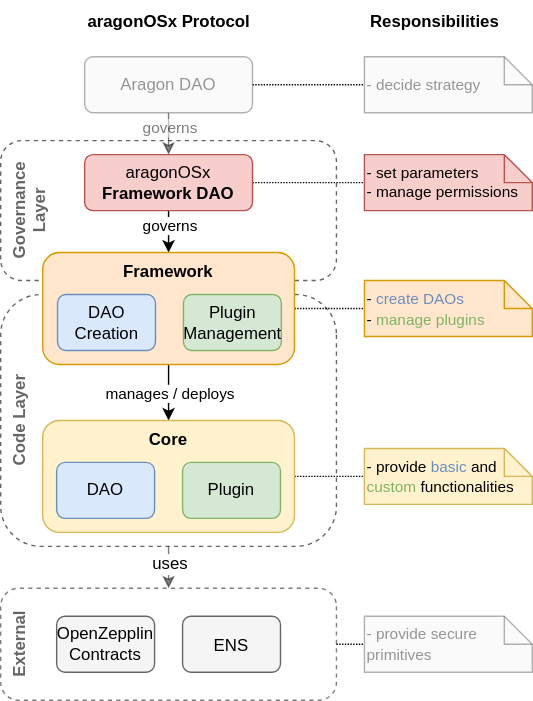
Before: packages/contracts/docs/osx/01-how-it-works/aragon-os-framework-overview.drawio.svg, a diagram exported from draw.io (aragon/osx). Source tidied: cells renumbered, new cells last; positions are measured from the earlier drawing's top-left corner, leaving out a move shared by most shapes. Its diagram source:
```xml
<mxGraphModel>
  <root>
    <mxCell id="0" />
    <mxCell id="1" parent="0" />
    <mxCell id="2" value="External" style="rounded=1;whiteSpace=wrap;html=1;dashed=1;fillColor=none;verticalAlign=top;fontStyle=1;arcSize=16;direction=west;rotation=270;opacity=50;fontColor=#666666;" parent="1" vertex="1">
      <mxGeometry x="50" y="340" width="80" height="240" as="geometry" />
    </mxCell>
    <mxCell id="3" value="Code Layer" style="rounded=1;whiteSpace=wrap;html=1;dashed=1;fillColor=none;verticalAlign=top;fontStyle=1;arcSize=16;direction=west;rotation=270;strokeColor=#666666;fontColor=#666666;" parent="1" vertex="1">
      <mxGeometry y="180" width="180" height="240" as="geometry" />
    </mxCell>
    <mxCell id="4" value="&lt;span style=&quot;font-size: 11px&quot;&gt;&lt;font style=&quot;font-size: 11px&quot;&gt;&amp;nbsp;- decide strategy&lt;/font&gt;&lt;br&gt;&lt;/span&gt;" style="shape=note;size=20;whiteSpace=wrap;html=1;fontSize=12;fillColor=#f5f5f5;align=left;strokeColor=#666666;fontColor=#333333;textOpacity=50;opacity=50;" parent="1" vertex="1">
      <mxGeometry x="230" y="40" width="120" height="40" as="geometry" />
    </mxCell>
    <mxCell id="5" value="&lt;div style=&quot;font-size: 11px&quot;&gt;&lt;span&gt;&amp;nbsp;- set parameters&lt;/span&gt;&lt;br&gt;&lt;/div&gt;&lt;div style=&quot;font-size: 11px&quot;&gt;&lt;span&gt;&lt;font style=&quot;font-size: 11px&quot;&gt;&amp;nbsp;- manage permissions&lt;/font&gt;&lt;/span&gt;&lt;/div&gt;" style="shape=note;size=20;whiteSpace=wrap;html=1;fontSize=12;fillColor=#f8cecc;align=left;strokeColor=#b85450;" parent="1" vertex="1">
      <mxGeometry x="230" y="110" width="120" height="40" as="geometry" />
    </mxCell>
    <mxCell id="6" value="&lt;span style=&quot;font-size: 11px;&quot;&gt;&lt;font style=&quot;font-size: 11px;&quot;&gt;&amp;nbsp;- &lt;font style=&quot;&quot; color=&quot;#6c8ebf&quot;&gt;create DAOs&lt;/font&gt;&lt;br&gt;&amp;nbsp;- &lt;font color=&quot;#81b365&quot;&gt;manage plugins&lt;/font&gt;&lt;/font&gt;&lt;br&gt;&lt;/span&gt;" style="shape=note;size=20;whiteSpace=wrap;html=1;fontSize=12;fillColor=#ffe6cc;align=left;strokeColor=#d79b00;" parent="1" vertex="1">
      <mxGeometry x="230" y="200" width="120" height="40" as="geometry" />
    </mxCell>
    <mxCell id="7" style="edgeStyle=orthogonalEdgeStyle;rounded=0;jettySize=auto;html=1;fontSize=11;endArrow=none;endFill=0;dashed=1;dashPattern=1 1;textOpacity=50;" parent="1" edge="1" source="22" target="4">
      <mxGeometry relative="1" as="geometry" />
    </mxCell>
    <mxCell id="8" style="edgeStyle=orthogonalEdgeStyle;rounded=0;jettySize=auto;html=1;exitX=1;exitY=0.5;exitDx=0;exitDy=0;fontSize=11;endArrow=none;endFill=0;dashed=1;dashPattern=1 1;" parent="1" edge="1" source="19" target="5">
      <mxGeometry relative="1" as="geometry" />
    </mxCell>
    <mxCell id="9" style="edgeStyle=orthogonalEdgeStyle;rounded=0;jettySize=auto;html=1;exitX=1;exitY=0.5;exitDx=0;exitDy=0;fontSize=11;endArrow=none;endFill=0;dashed=1;dashPattern=1 1;" parent="1" edge="1" source="33" target="6">
      <mxGeometry relative="1" as="geometry" />
    </mxCell>
    <mxCell id="10" value="&lt;span style=&quot;font-size: 11px;&quot;&gt;&lt;font style=&quot;font-size: 11px;&quot;&gt;&amp;nbsp;- provide &lt;font style=&quot;&quot; color=&quot;#6c8ebf&quot;&gt;basic&lt;/font&gt; and&lt;br&gt;&amp;nbsp; &amp;nbsp;&lt;font style=&quot;&quot; color=&quot;#81b365&quot;&gt;custom&lt;/font&gt;&lt;font style=&quot;&quot; color=&quot;#97d077&quot;&gt;&amp;nbsp;&lt;/font&gt;functionalities&lt;/font&gt;&lt;br&gt;&lt;/span&gt;" style="shape=note;size=20;whiteSpace=wrap;html=1;fontSize=12;fillColor=#fff2cc;align=left;strokeColor=#d6b656;" parent="1" vertex="1">
      <mxGeometry x="230" y="320" width="120" height="40" as="geometry" />
    </mxCell>
    <mxCell id="11" style="edgeStyle=orthogonalEdgeStyle;rounded=0;jettySize=auto;html=1;dashed=1;dashPattern=1 1;fontSize=11;endArrow=none;endFill=0;" parent="1" edge="1" source="29" target="10">
      <mxGeometry relative="1" as="geometry" />
    </mxCell>
    <mxCell id="12" value="&lt;font color=&quot;#000000&quot; style=&quot;font-size: 12px;&quot;&gt;&lt;b style=&quot;font-size: 12px;&quot;&gt;Responsibilities&lt;/b&gt;&lt;/font&gt;" style="text;html=1;align=center;verticalAlign=middle;strokeColor=none;fillColor=none;fontSize=12;fontColor=#7EA6E0;" parent="1" vertex="1">
      <mxGeometry x="220" width="120" height="30" as="geometry" />
    </mxCell>
    <mxCell id="13" value="&lt;span style=&quot;font-size: 11px&quot;&gt;&lt;font style=&quot;font-size: 11px&quot;&gt;&amp;nbsp;- provide secure &lt;br&gt;&amp;nbsp; &amp;nbsp;primitives&lt;/font&gt;&lt;br&gt;&lt;/span&gt;" style="shape=note;size=20;whiteSpace=wrap;html=1;fontSize=12;fillColor=#f5f5f5;align=left;strokeColor=#666666;fontColor=#333333;opacity=50;textOpacity=50;" parent="1" vertex="1">
      <mxGeometry x="230" y="440" width="120" height="40" as="geometry" />
    </mxCell>
    <mxCell id="14" style="edgeStyle=orthogonalEdgeStyle;rounded=0;jettySize=auto;html=1;dashed=1;dashPattern=1 1;fontSize=11;fontColor=#000000;endArrow=none;endFill=0;textOpacity=50;exitX=0.5;exitY=0;exitDx=0;exitDy=0;" parent="1" edge="1" source="2" target="13">
      <mxGeometry relative="1" as="geometry">
        <Array as="points">
          <mxPoint x="220" y="460" />
          <mxPoint x="220" y="460" />
        </Array>
      </mxGeometry>
    </mxCell>
    <mxCell id="15" value="&lt;font color=&quot;#000000&quot; style=&quot;font-size: 12px;&quot;&gt;&lt;span style=&quot;font-size: 12px;&quot;&gt;&lt;b&gt;aragonOS&amp;nbsp;&lt;/b&gt;&lt;/span&gt;&lt;b style=&quot;font-size: 12px;&quot;&gt;Protocol&lt;br style=&quot;font-size: 12px;&quot;&gt;&lt;/b&gt;&lt;/font&gt;" style="text;html=1;align=center;verticalAlign=middle;strokeColor=none;fillColor=none;fontSize=12;fontColor=#7EA6E0;rounded=0;" parent="1" vertex="1">
      <mxGeometry x="25" width="130" height="30" as="geometry" />
    </mxCell>
    <mxCell id="16" value="Governance Layer" style="rounded=1;whiteSpace=wrap;html=1;dashed=1;fillColor=none;verticalAlign=top;fontStyle=1;rotation=270;strokeColor=#666666;fontColor=#666666;" parent="1" vertex="1">
      <mxGeometry x="40" y="30" width="100" height="240" as="geometry" />
    </mxCell>
    <mxCell id="17" style="edgeStyle=orthogonalEdgeStyle;rounded=0;jettySize=auto;html=1;" parent="1" edge="1" source="19" target="33">
      <mxGeometry relative="1" as="geometry" />
    </mxCell>
    <mxCell id="18" value="governs" style="edgeLabel;html=1;align=center;verticalAlign=middle;" parent="17" vertex="1">
      <mxGeometry x="-0.32" relative="1" as="geometry">
        <mxPoint y="-7" as="offset" />
      </mxGeometry>
    </mxCell>
    <mxCell id="19" value="aragonOS &lt;b&gt;Framework DAO&lt;/b&gt;" style="rounded=1;whiteSpace=wrap;html=1;verticalAlign=middle;fontStyle=0;fillColor=#f8cecc;strokeColor=#b85450;" parent="1" vertex="1">
      <mxGeometry x="30" y="110" width="120" height="40" as="geometry" />
    </mxCell>
    <mxCell id="20" style="edgeStyle=orthogonalEdgeStyle;rounded=0;jettySize=auto;html=1;textOpacity=50;opacity=50;" parent="1" edge="1" source="22" target="19">
      <mxGeometry relative="1" as="geometry" />
    </mxCell>
    <mxCell id="21" value="governs" style="edgeLabel;html=1;align=center;verticalAlign=middle;textOpacity=50;" parent="20" vertex="1">
      <mxGeometry x="-0.69" relative="1" as="geometry">
        <mxPoint y="2" as="offset" />
      </mxGeometry>
    </mxCell>
    <mxCell id="22" value="Aragon DAO" style="rounded=1;whiteSpace=wrap;html=1;verticalAlign=middle;fontStyle=0;fillColor=#f5f5f5;strokeColor=#666666;fontColor=#333333;opacity=50;textOpacity=50;" parent="1" vertex="1">
      <mxGeometry x="30" y="40" width="120" height="40" as="geometry" />
    </mxCell>
    <mxCell id="23" style="edgeStyle=orthogonalEdgeStyle;rounded=0;jettySize=auto;html=1;" parent="1" edge="1" source="33" target="29">
      <mxGeometry relative="1" as="geometry" />
    </mxCell>
    <mxCell id="24" value="manages / deploys" style="edgeLabel;html=1;align=center;verticalAlign=middle;" parent="23" vertex="1">
      <mxGeometry x="-0.55" relative="1" as="geometry">
        <mxPoint y="11" as="offset" />
      </mxGeometry>
    </mxCell>
    <mxCell id="25" value="OpenZepplin Contracts" style="rounded=1;whiteSpace=wrap;html=1;verticalAlign=middle;fontStyle=0;fillColor=#f5f5f5;strokeColor=#666666;fontColor=#000000;" parent="1" vertex="1">
      <mxGeometry x="10" y="440" width="70" height="40" as="geometry" />
    </mxCell>
    <mxCell id="26" style="rounded=0;jettySize=auto;html=1;fontSize=12;fontColor=#000000;endArrow=classic;endFill=1;opacity=50;exitX=1;exitY=0.5;exitDx=0;exitDy=0;" parent="1" edge="1" source="3" target="2">
      <mxGeometry relative="1" as="geometry" />
    </mxCell>
    <mxCell id="27" value="uses" style="edgeLabel;html=1;align=center;verticalAlign=middle;fontSize=12;fontColor=#000000;" parent="26" vertex="1">
      <mxGeometry x="-0.47" y="2" relative="1" as="geometry">
        <mxPoint x="-2" y="4" as="offset" />
      </mxGeometry>
    </mxCell>
    <mxCell id="28" style="group;" parent="1" vertex="1">
      <mxGeometry y="300" width="180" height="80" as="geometry" />
    </mxCell>
    <mxCell id="29" value="&lt;b&gt;Core&lt;/b&gt;" style="rounded=1;whiteSpace=wrap;html=1;verticalAlign=top;fontStyle=0;fillColor=#fff2cc;strokeColor=#d6b656;" parent="28" vertex="1">
      <mxGeometry width="180" height="80" as="geometry" />
    </mxCell>
    <mxCell id="30" value="DAO" style="rounded=1;whiteSpace=wrap;html=1;verticalAlign=middle;fontStyle=0;fillColor=#dae8fc;strokeColor=#6c8ebf;" parent="28" vertex="1">
      <mxGeometry x="10" y="30" width="70" height="40" as="geometry" />
    </mxCell>
    <mxCell id="31" value="Plugin" style="rounded=1;whiteSpace=wrap;html=1;verticalAlign=middle;fontStyle=0;fillColor=#d5e8d4;strokeColor=#82b366;" parent="28" vertex="1">
      <mxGeometry x="100" y="30" width="70" height="40" as="geometry" />
    </mxCell>
    <mxCell id="32" style="group;" parent="1" vertex="1">
      <mxGeometry y="180" width="180" height="80" as="geometry" />
    </mxCell>
    <mxCell id="33" value="&lt;b&gt;Framework&lt;/b&gt;" style="rounded=1;whiteSpace=wrap;html=1;verticalAlign=top;fontStyle=0;fillColor=#ffe6cc;strokeColor=#d79b00;" parent="32" vertex="1">
      <mxGeometry width="180" height="80" as="geometry" />
    </mxCell>
    <mxCell id="34" value="DAO Creation" style="rounded=1;whiteSpace=wrap;html=1;verticalAlign=middle;fontStyle=0;fillColor=#dae8fc;strokeColor=#6c8ebf;" parent="32" vertex="1">
      <mxGeometry x="10.6" y="30" width="70" height="40" as="geometry" />
    </mxCell>
    <mxCell id="35" value="Plugin&lt;br&gt;Management" style="rounded=1;whiteSpace=wrap;html=1;verticalAlign=middle;fontStyle=0;fillColor=#d5e8d4;strokeColor=#82b366;" parent="32" vertex="1">
      <mxGeometry x="100.6" y="30" width="70" height="40" as="geometry" />
    </mxCell>
    <mxCell id="36" value="&lt;p style=&quot;line-height: 1&quot;&gt;&lt;font color=&quot;#000000&quot;&gt;ENS&lt;/font&gt;&lt;/p&gt;" style="rounded=1;whiteSpace=wrap;html=1;verticalAlign=middle;fontStyle=0;fillColor=#f5f5f5;strokeColor=#666666;fontColor=#333333;" parent="1" vertex="1">
      <mxGeometry x="100" y="440" width="70" height="40" as="geometry" />
    </mxCell>
  </root>
</mxGraphModel>
```
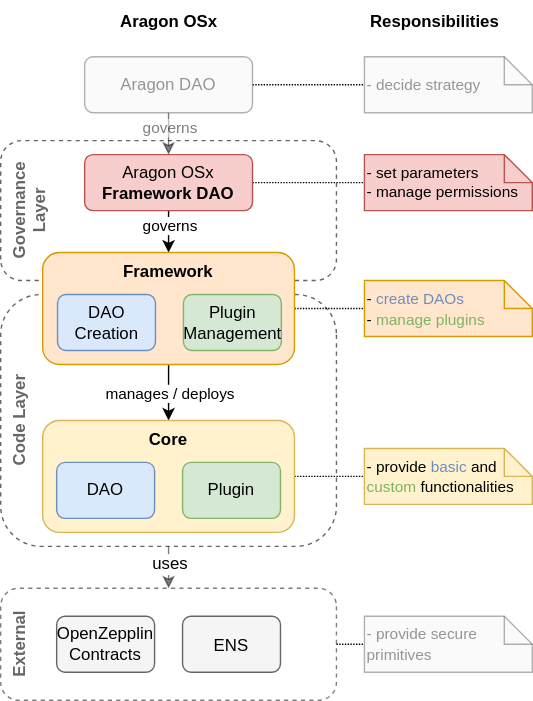
Later version of the same file.

Change to the diagram source:
```diff
@@ -46,8 +46,8 @@
         </Array>
       </mxGeometry>
     </mxCell>
-    <mxCell id="15" value="&lt;font color=&quot;#000000&quot; style=&quot;font-size: 12px;&quot;&gt;&lt;span style=&quot;font-size: 12px;&quot;&gt;&lt;b&gt;aragonOS&amp;nbsp;&lt;/b&gt;&lt;/span&gt;&lt;b style=&quot;font-size: 12px;&quot;&gt;Protocol&lt;br style=&quot;font-size: 12px;&quot;&gt;&lt;/b&gt;&lt;/font&gt;" style="text;html=1;align=center;verticalAlign=middle;strokeColor=none;fillColor=none;fontSize=12;fontColor=#7EA6E0;rounded=0;" parent="1" vertex="1">
-      <mxGeometry x="25" width="130" height="30" as="geometry" />
+    <mxCell id="15" value="&lt;font color=&quot;#000000&quot; style=&quot;font-size: 12px;&quot;&gt;&lt;span style=&quot;font-size: 12px;&quot;&gt;&lt;b&gt;Aragon OSx&lt;/b&gt;&lt;/span&gt;&lt;b style=&quot;font-size: 12px;&quot;&gt;&lt;br style=&quot;font-size: 12px;&quot;&gt;&lt;/b&gt;&lt;/font&gt;" style="text;html=1;align=center;verticalAlign=middle;strokeColor=none;fillColor=none;fontSize=12;fontColor=#7EA6E0;rounded=0;" parent="1" vertex="1">
+      <mxGeometry x="45" width="90" height="30" as="geometry" />
     </mxCell>
     <mxCell id="16" value="Governance Layer" style="rounded=1;whiteSpace=wrap;html=1;dashed=1;fillColor=none;verticalAlign=top;fontStyle=1;rotation=270;strokeColor=#666666;fontColor=#666666;" parent="1" vertex="1">
       <mxGeometry x="40" y="30" width="100" height="240" as="geometry" />
@@ -60,7 +60,7 @@
         <mxPoint y="-7" as="offset" />
       </mxGeometry>
     </mxCell>
-    <mxCell id="19" value="aragonOS &lt;b&gt;Framework DAO&lt;/b&gt;" style="rounded=1;whiteSpace=wrap;html=1;verticalAlign=middle;fontStyle=0;fillColor=#f8cecc;strokeColor=#b85450;" parent="1" vertex="1">
+    <mxCell id="19" value="Aragon OSx&lt;br&gt;&lt;b&gt;Framework DAO&lt;/b&gt;" style="rounded=1;whiteSpace=wrap;html=1;verticalAlign=middle;fontStyle=0;fillColor=#f8cecc;strokeColor=#b85450;" parent="1" vertex="1">
       <mxGeometry x="30" y="110" width="120" height="40" as="geometry" />
     </mxCell>
     <mxCell id="20" style="edgeStyle=orthogonalEdgeStyle;rounded=0;jettySize=auto;html=1;textOpacity=50;opacity=50;" parent="1" edge="1" source="22" target="19">
```
